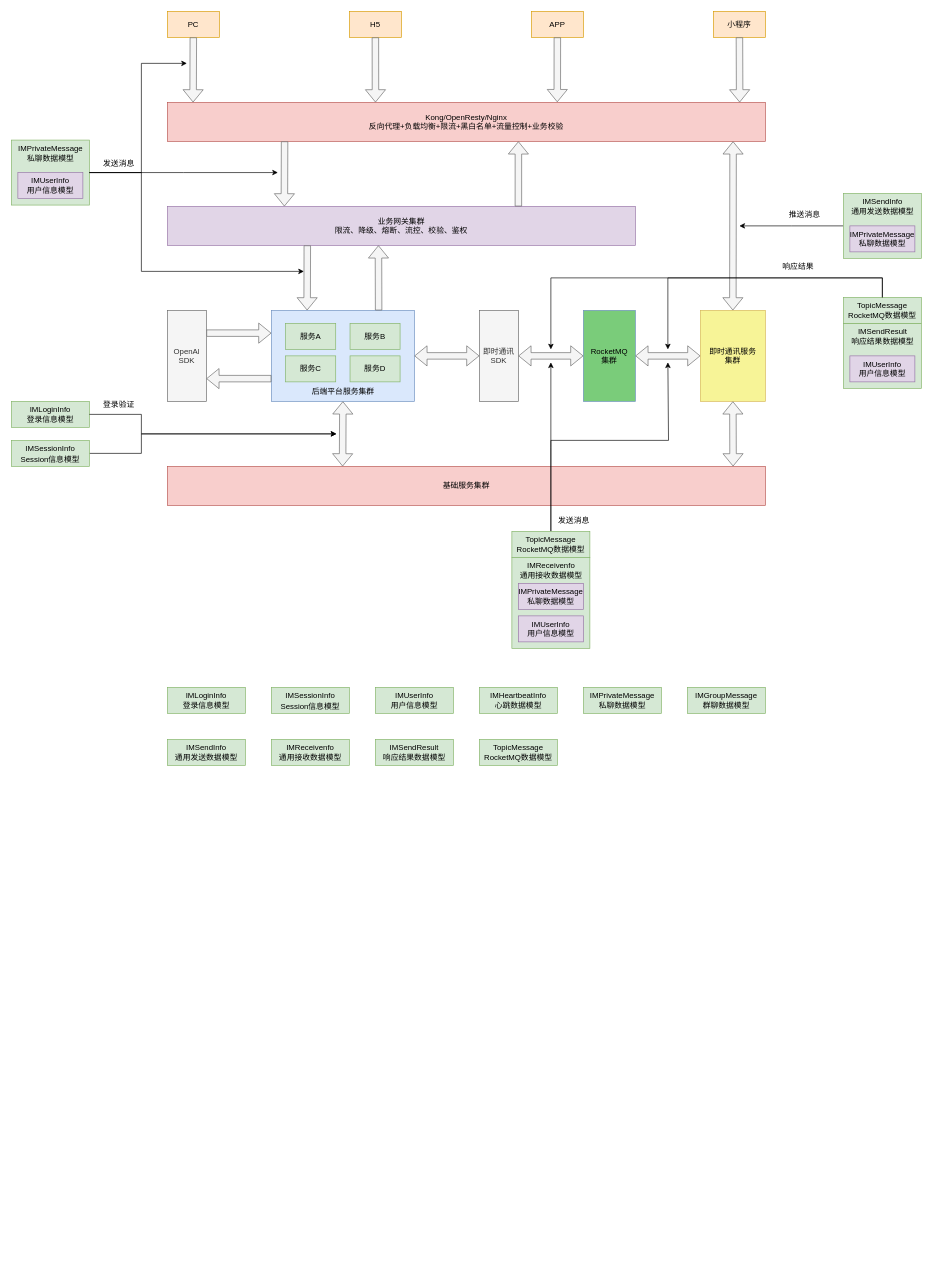
Above: 分布式IM系统/通用模型-第01节：分布式IM即时通讯系统通用模型设计.drawio in zero-97/picture-of-the-article (draw.io), before the change. Source tidied: cells renumbered, new cells numbered last; positions are measured from the earlier drawing's top-left corner, leaving out a move shared by most shapes. Both pictures are drawn from the tidied source at 65%, with x=0, y=0 at pixel (11, 11).
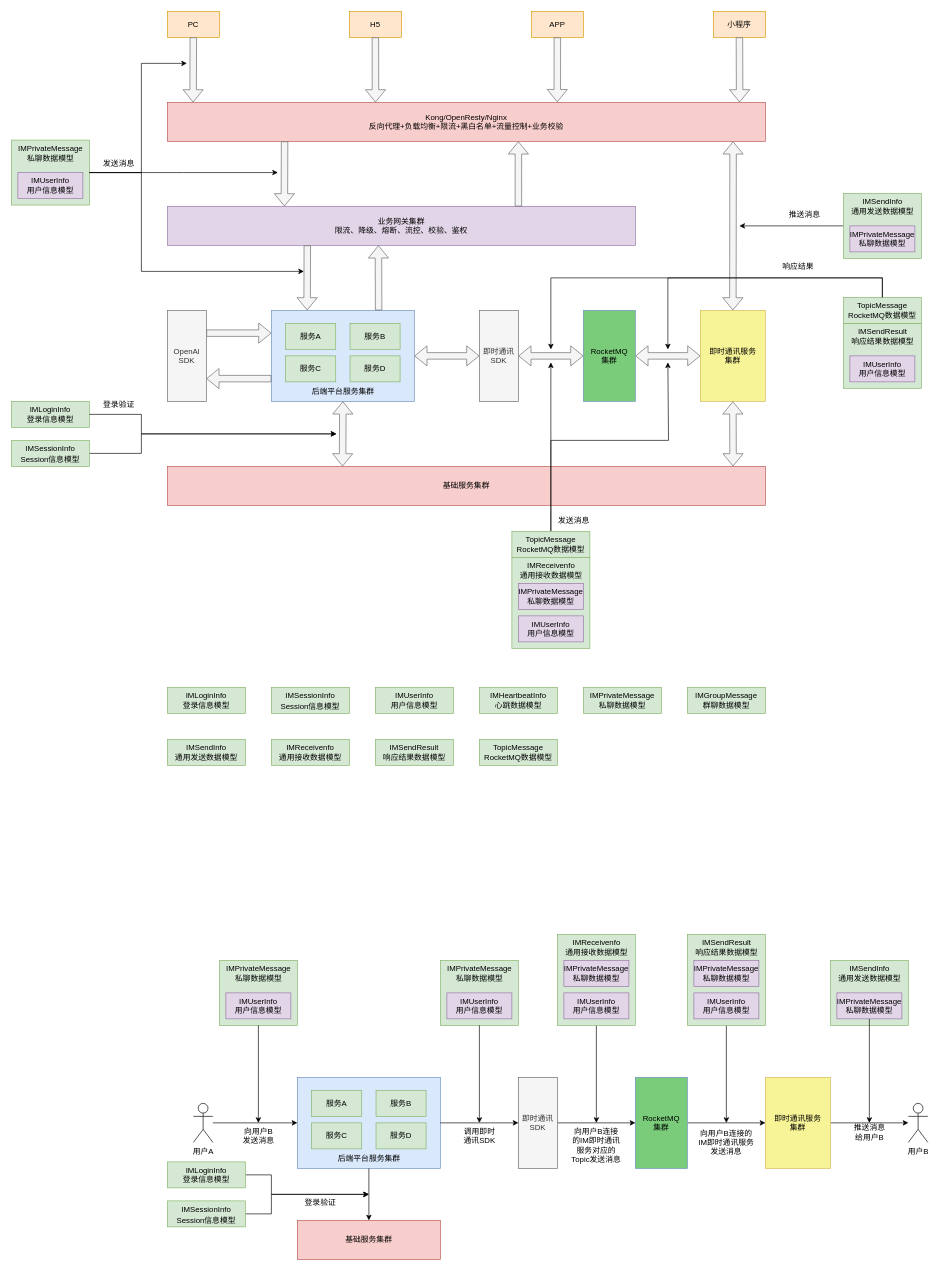
The same page after the edit.

Commit message:
更新通用模型-第01节：分布式IM即时通讯系统通用模型设计.drawio

Diff of the diagram source:
```diff
@@
+    <mxCell id="83" style="edgeStyle=orthogonalEdgeStyle;rounded=0;jettySize=auto;html=1;entryX=0;entryY=0.5;entryDx=0;entryDy=0;" parent="1" edge="1" source="84" target="86">
+      <mxGeometry relative="1" as="geometry" />
+    </mxCell>
+    <mxCell id="84" value="用户A" style="shape=umlActor;verticalLabelPosition=bottom;verticalAlign=top;html=1;outlineConnect=0;" parent="1" vertex="1">
+      <mxGeometry x="280" y="1680" width="30" height="60" as="geometry" />
+    </mxCell>
+    <mxCell id="85" style="group;" parent="1" vertex="1">
+      <mxGeometry x="440" y="1640" width="220" height="140" as="geometry" />
+    </mxCell>
+    <mxCell id="86" style="rounded=0;whiteSpace=wrap;html=1;fillColor=#dae8fc;strokeColor=#6c8ebf;" parent="85" vertex="1">
+      <mxGeometry width="220" height="140" as="geometry" />
+    </mxCell>
+    <mxCell id="87" value="服务A" style="rounded=0;whiteSpace=wrap;html=1;fillColor=#d5e8d4;strokeColor=#82b366;" parent="85" vertex="1">
+      <mxGeometry x="22" y="20" width="77" height="40" as="geometry" />
+    </mxCell>
+    <mxCell id="88" value="服务B" style="rounded=0;whiteSpace=wrap;html=1;fillColor=#d5e8d4;strokeColor=#82b366;" parent="85" vertex="1">
+      <mxGeometry x="121" y="20" width="77" height="40" as="geometry" />
+    </mxCell>
+    <mxCell id="89" value="服务C" style="rounded=0;whiteSpace=wrap;html=1;fillColor=#d5e8d4;strokeColor=#82b366;" parent="85" vertex="1">
+      <mxGeometry x="22" y="70" width="77" height="40" as="geometry" />
+    </mxCell>
+    <mxCell id="90" value="服务D" style="rounded=0;whiteSpace=wrap;html=1;fillColor=#d5e8d4;strokeColor=#82b366;" parent="85" vertex="1">
+      <mxGeometry x="121" y="70" width="77" height="40" as="geometry" />
+    </mxCell>
+    <mxCell id="91" value="后端平台服务集群" style="text;html=1;align=center;verticalAlign=middle;points=[];strokeColor=none;fillColor=none;" parent="85" vertex="1">
+      <mxGeometry x="50" y="110" width="120" height="30" as="geometry" />
+    </mxCell>
+    <mxCell id="92" style="edgeStyle=orthogonalEdgeStyle;rounded=0;jettySize=auto;html=1;" parent="1" edge="1" source="93" target="95">
+      <mxGeometry relative="1" as="geometry" />
+    </mxCell>
+    <mxCell id="93" value="即时通讯&lt;br&gt;SDK" style="rounded=0;whiteSpace=wrap;html=1;fillColor=#f5f5f5;fontColor=#333333;strokeColor=#666666;" parent="1" vertex="1">
+      <mxGeometry x="780" y="1640" width="60" height="140" as="geometry" />
+    </mxCell>
+    <mxCell id="94" style="edgeStyle=orthogonalEdgeStyle;rounded=0;jettySize=auto;html=1;" parent="1" edge="1" source="95" target="97">
+      <mxGeometry relative="1" as="geometry" />
+    </mxCell>
+    <mxCell id="95" value="RocketMQ&lt;br&gt;集群" style="rounded=0;whiteSpace=wrap;html=1;fillColor=#7ACC7A;strokeColor=#6c8ebf;" parent="1" vertex="1">
+      <mxGeometry x="960" y="1640" width="80" height="140" as="geometry" />
+    </mxCell>
+    <mxCell id="96" style="edgeStyle=orthogonalEdgeStyle;rounded=0;jettySize=auto;html=1;" parent="1" edge="1" source="97" target="98">
+      <mxGeometry relative="1" as="geometry" />
+    </mxCell>
+    <mxCell id="97" value="即时通讯服务&lt;br&gt;集群" style="rounded=0;whiteSpace=wrap;html=1;fillColor=#F7F497;strokeColor=#d6b656;" parent="1" vertex="1">
+      <mxGeometry x="1160" y="1640" width="100" height="140" as="geometry" />
+    </mxCell>
+    <mxCell id="98" value="用户B" style="shape=umlActor;verticalLabelPosition=bottom;verticalAlign=top;html=1;outlineConnect=0;" parent="1" vertex="1">
+      <mxGeometry x="1380" y="1680" width="30" height="60" as="geometry" />
+    </mxCell>
+    <mxCell id="99" value="基础服务集群" style="rounded=0;whiteSpace=wrap;html=1;fillColor=#f8cecc;strokeColor=#b85450;spacing=6;" parent="1" vertex="1">
+      <mxGeometry x="440" y="1860" width="220" height="60" as="geometry" />
+    </mxCell>
+    <mxCell id="100" style="group;" parent="1" vertex="1">
+      <mxGeometry x="320" y="1460" width="120" height="100" as="geometry" />
+    </mxCell>
+    <mxCell id="101" style="rounded=0;whiteSpace=wrap;html=1;fillColor=#d5e8d4;strokeColor=#82b366;spacing=6;" parent="100" vertex="1">
+      <mxGeometry width="120" height="100" as="geometry" />
+    </mxCell>
+    <mxCell id="102" value="IMPrivateMessage&lt;br style=&quot;border-color: var(--border-color);&quot;&gt;&lt;span style=&quot;&quot;&gt;私聊数据模型&lt;/span&gt;" style="text;html=1;align=center;verticalAlign=middle;strokeColor=none;fillColor=none;" parent="100" vertex="1">
+      <mxGeometry width="120" height="40" as="geometry" />
+    </mxCell>
+    <mxCell id="103" value="IMUserInfo&lt;br&gt;用户信息模型" style="rounded=0;whiteSpace=wrap;html=1;fillColor=#e1d5e7;strokeColor=#9673a6;spacing=6;" parent="100" vertex="1">
+      <mxGeometry x="10" y="50" width="100" height="40" as="geometry" />
+    </mxCell>
+    <mxCell id="104" style="group;" parent="1" vertex="1">
+      <mxGeometry x="1260" y="1460" width="120" height="100" as="geometry" />
+    </mxCell>
+    <mxCell id="105" style="rounded=0;whiteSpace=wrap;html=1;fillColor=#d5e8d4;strokeColor=#82b366;spacing=6;" parent="104" vertex="1">
+      <mxGeometry width="120" height="100" as="geometry" />
+    </mxCell>
+    <mxCell id="106" value="IMSendInfo&lt;br style=&quot;border-color: var(--border-color);&quot;&gt;&lt;span style=&quot;border-color: var(--border-color);&quot;&gt;通用发送数据模型&lt;/span&gt;" style="text;html=1;align=center;verticalAlign=middle;strokeColor=none;fillColor=none;" parent="104" vertex="1">
+      <mxGeometry width="120" height="40" as="geometry" />
+    </mxCell>
+    <mxCell id="107" value="IMPrivateMessage&lt;br&gt;私聊数据模型" style="rounded=0;whiteSpace=wrap;html=1;fillColor=#e1d5e7;strokeColor=#9673a6;spacing=6;" parent="104" vertex="1">
+      <mxGeometry x="10" y="50" width="100" height="40" as="geometry" />
+    </mxCell>
+    <mxCell id="108" value="向用户B&lt;br&gt;发送消息" style="text;html=1;align=center;verticalAlign=middle;strokeColor=none;fillColor=none;" parent="1" vertex="1">
+      <mxGeometry x="345" y="1710" width="70" height="40" as="geometry" />
+    </mxCell>
+    <mxCell id="109" value="推送消息&lt;br&gt;给用户B" style="text;html=1;align=center;verticalAlign=middle;strokeColor=none;fillColor=none;" parent="1" vertex="1">
+      <mxGeometry x="1285" y="1705" width="70" height="40" as="geometry" />
+    </mxCell>
+    <mxCell id="110" style="edgeStyle=orthogonalEdgeStyle;rounded=0;jettySize=auto;html=1;" parent="1" edge="1" source="107">
+      <mxGeometry relative="1" as="geometry">
+        <mxPoint x="1320" y="1710" as="targetPoint" />
+      </mxGeometry>
+    </mxCell>
+    <mxCell id="111" style="group;" parent="1" vertex="1">
+      <mxGeometry x="840" y="1380" width="120" height="180" as="geometry" />
+    </mxCell>
+    <mxCell id="112" style="group;" parent="111" vertex="1">
+      <mxGeometry y="40" width="120" height="140" as="geometry" />
+    </mxCell>
+    <mxCell id="113" style="edgeStyle=orthogonalEdgeStyle;rounded=0;jettySize=auto;html=1;" parent="112" edge="1" source="114">
+      <mxGeometry relative="1" as="geometry">
+        <mxPoint x="60" y="290" as="targetPoint" />
+      </mxGeometry>
+    </mxCell>
+    <mxCell id="114" style="rounded=0;whiteSpace=wrap;html=1;fillColor=#d5e8d4;strokeColor=#82b366;spacing=6;" parent="112" vertex="1">
+      <mxGeometry width="120" height="140" as="geometry" />
+    </mxCell>
+    <mxCell id="115" value="IMReceivenfo&lt;br style=&quot;border-color: var(--border-color);&quot;&gt;&lt;span style=&quot;&quot;&gt;通用接收数据模型&lt;/span&gt;" style="text;html=1;align=center;verticalAlign=middle;strokeColor=none;fillColor=none;" parent="112" vertex="1">
+      <mxGeometry width="120" height="40" as="geometry" />
+    </mxCell>
+    <mxCell id="116" value="IMPrivateMessage&lt;br&gt;私聊数据模型" style="rounded=0;whiteSpace=wrap;html=1;fillColor=#e1d5e7;strokeColor=#9673a6;spacing=6;" parent="112" vertex="1">
+      <mxGeometry x="10" y="40" width="100" height="40" as="geometry" />
+    </mxCell>
+    <mxCell id="117" value="IMUserInfo&lt;br&gt;用户信息模型" style="rounded=0;whiteSpace=wrap;html=1;fillColor=#e1d5e7;strokeColor=#9673a6;spacing=6;" parent="112" vertex="1">
+      <mxGeometry x="10" y="90" width="100" height="40" as="geometry" />
+    </mxCell>
+    <mxCell id="118" style="edgeStyle=orthogonalEdgeStyle;rounded=0;jettySize=auto;html=1;" parent="1" edge="1" source="101">
+      <mxGeometry relative="1" as="geometry">
+        <mxPoint x="380" y="1710" as="targetPoint" />
+      </mxGeometry>
+    </mxCell>
+    <mxCell id="119" style="edgeStyle=orthogonalEdgeStyle;rounded=0;jettySize=auto;html=1;" parent="1" edge="1" source="86" target="93">
+      <mxGeometry relative="1" as="geometry" />
+    </mxCell>
+    <mxCell id="120" style="group;" parent="1" vertex="1">
+      <mxGeometry x="1040" y="1420" width="120" height="140" as="geometry" />
+    </mxCell>
+    <mxCell id="121" style="edgeStyle=orthogonalEdgeStyle;rounded=0;jettySize=auto;html=1;" parent="120" edge="1" source="122">
+      <mxGeometry relative="1" as="geometry">
+        <mxPoint x="60" y="290" as="targetPoint" />
+      </mxGeometry>
+    </mxCell>
+    <mxCell id="122" style="rounded=0;whiteSpace=wrap;html=1;fillColor=#d5e8d4;strokeColor=#82b366;spacing=6;" parent="120" vertex="1">
+      <mxGeometry width="120" height="140" as="geometry" />
+    </mxCell>
+    <mxCell id="123" value="IMSendResult&lt;br style=&quot;border-color: var(--border-color);&quot;&gt;&lt;span style=&quot;&quot;&gt;响应结果数据模型&lt;/span&gt;" style="text;html=1;align=center;verticalAlign=middle;strokeColor=none;fillColor=none;" parent="120" vertex="1">
+      <mxGeometry width="120" height="40" as="geometry" />
+    </mxCell>
+    <mxCell id="124" value="IMUserInfo&lt;br&gt;用户信息模型" style="rounded=0;whiteSpace=wrap;html=1;fillColor=#e1d5e7;strokeColor=#9673a6;spacing=6;" parent="120" vertex="1">
+      <mxGeometry x="10" y="90" width="100" height="40" as="geometry" />
+    </mxCell>
+    <mxCell id="125" value="IMPrivateMessage&lt;br&gt;私聊数据模型" style="rounded=0;whiteSpace=wrap;html=1;fillColor=#e1d5e7;strokeColor=#9673a6;spacing=6;" parent="120" vertex="1">
+      <mxGeometry x="10" y="40" width="100" height="40" as="geometry" />
+    </mxCell>
+    <mxCell id="126" style="edgeStyle=orthogonalEdgeStyle;rounded=0;jettySize=auto;html=1;entryX=0.5;entryY=0;entryDx=0;entryDy=0;" parent="1" edge="1" source="91" target="99">
+      <mxGeometry relative="1" as="geometry" />
+    </mxCell>
+    <mxCell id="127" value="调用即时&lt;br&gt;通讯SDK" style="text;html=1;align=center;verticalAlign=middle;points=[];strokeColor=none;fillColor=none;" parent="1" vertex="1">
+      <mxGeometry x="685" y="1710" width="70" height="40" as="geometry" />
+    </mxCell>
+    <mxCell id="128" style="edgeStyle=orthogonalEdgeStyle;rounded=0;jettySize=auto;html=1;exitX=1;exitY=0.5;exitDx=0;exitDy=0;" parent="1" edge="1" source="129">
+      <mxGeometry relative="1" as="geometry">
+        <mxPoint x="550" y="1820" as="targetPoint" />
+        <Array as="points">
+          <mxPoint x="400" y="1790" />
+          <mxPoint x="400" y="1820" />
+        </Array>
+      </mxGeometry>
+    </mxCell>
+    <mxCell id="129" value="IMLoginInfo&lt;br&gt;登录信息模型" style="rounded=0;whiteSpace=wrap;html=1;fillColor=#d5e8d4;strokeColor=#82b366;spacing=6;" parent="1" vertex="1">
+      <mxGeometry x="240" y="1770" width="120" height="40" as="geometry" />
+    </mxCell>
+    <mxCell id="130" style="edgeStyle=orthogonalEdgeStyle;rounded=0;jettySize=auto;html=1;exitX=1;exitY=0.5;exitDx=0;exitDy=0;" parent="1" edge="1" source="131">
+      <mxGeometry relative="1" as="geometry">
+        <mxPoint x="550" y="1820" as="targetPoint" />
+        <Array as="points">
+          <mxPoint x="400" y="1850" />
+          <mxPoint x="400" y="1820" />
+        </Array>
+      </mxGeometry>
+    </mxCell>
+    <mxCell id="131" value="IMSessionInfo&lt;span style=&quot;color: rgb(51, 51, 51); font-family: monospace; font-size: 16px; text-align: left; background-color: rgba(0, 0, 0, 0.03);&quot;&gt; &lt;/span&gt;&lt;br&gt;Session信息模型" style="rounded=0;whiteSpace=wrap;html=1;fillColor=#d5e8d4;strokeColor=#82b366;spacing=6;" parent="1" vertex="1">
+      <mxGeometry x="240" y="1830" width="120" height="40" as="geometry" />
+    </mxCell>
+    <mxCell id="132" value="登录验证" style="text;html=1;align=center;verticalAlign=middle;strokeColor=none;fillColor=none;" parent="1" vertex="1">
+      <mxGeometry x="440" y="1818" width="70" height="30" as="geometry" />
+    </mxCell>
+    <mxCell id="133" style="group;" parent="1" vertex="1">
+      <mxGeometry x="660" y="1460" width="120" height="100" as="geometry" />
+    </mxCell>
+    <mxCell id="134" style="rounded=0;whiteSpace=wrap;html=1;fillColor=#d5e8d4;strokeColor=#82b366;spacing=6;" parent="133" vertex="1">
+      <mxGeometry width="120" height="100" as="geometry" />
+    </mxCell>
+    <mxCell id="135" value="IMPrivateMessage&lt;br style=&quot;border-color: var(--border-color);&quot;&gt;&lt;span style=&quot;&quot;&gt;私聊数据模型&lt;/span&gt;" style="text;html=1;align=center;verticalAlign=middle;strokeColor=none;fillColor=none;" parent="133" vertex="1">
+      <mxGeometry width="120" height="40" as="geometry" />
+    </mxCell>
+    <mxCell id="136" value="IMUserInfo&lt;br&gt;用户信息模型" style="rounded=0;whiteSpace=wrap;html=1;fillColor=#e1d5e7;strokeColor=#9673a6;spacing=6;" parent="133" vertex="1">
+      <mxGeometry x="10" y="50" width="100" height="40" as="geometry" />
+    </mxCell>
+    <mxCell id="137" style="edgeStyle=orthogonalEdgeStyle;rounded=0;jettySize=auto;html=1;" parent="1" edge="1" source="134" target="127">
+      <mxGeometry relative="1" as="geometry" />
+    </mxCell>
+    <mxCell id="138" value="向用户B连接的IM即时通讯服务对应的Topic发送消息" style="rounded=0;whiteSpace=wrap;html=1;fillColor=none;strokeColor=none;strokeWidth=0;" parent="1" vertex="1">
+      <mxGeometry x="860" y="1710" width="80" height="70" as="geometry" />
+    </mxCell>
+    <mxCell id="139" value="向用户B连接的IM即时通讯服务发送消息" style="whiteSpace=wrap;html=1;fillColor=none;strokeWidth=0;strokeColor=none;" parent="1" vertex="1">
+      <mxGeometry x="1055" y="1710" width="90" height="60" as="geometry" />
+    </mxCell>
```
